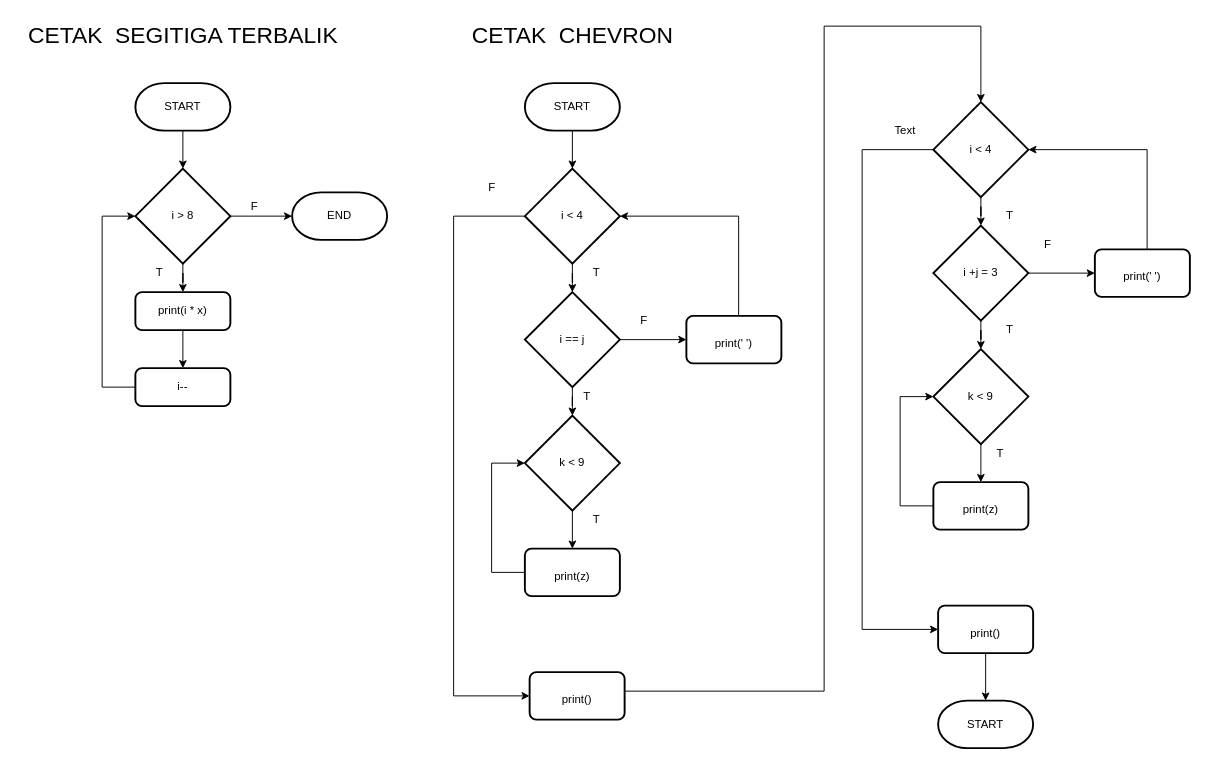
This is page "Page-4" (4 of 4) of 1.drawio from riezq25/uts-alpro-std, a draw.io file, before an edit. Source tidied: cells renumbered, new cells numbered last; positions are measured from the earlier drawing's top-left corner, leaving out a move shared by most shapes. Both pictures are drawn from the tidied source at 95%, with x=0, y=0 at pixel (16, 16).
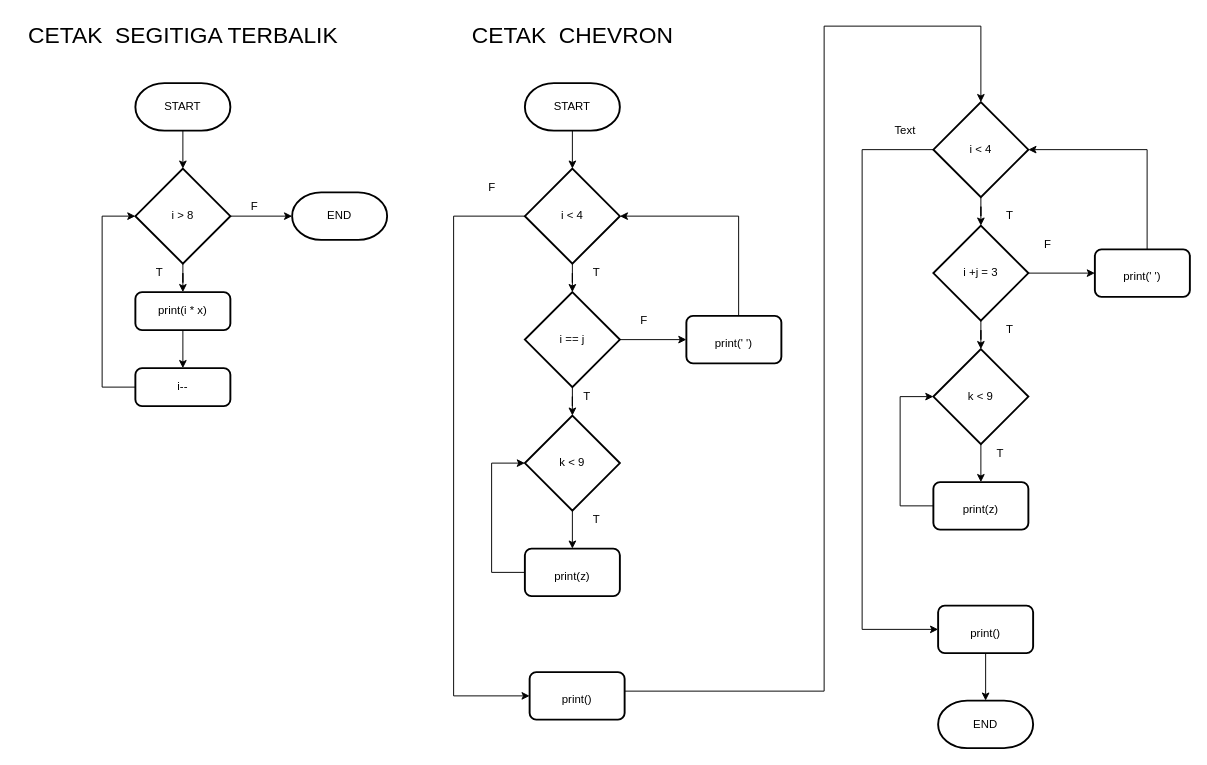
After the change.

Diff of the diagram source:
```diff
@@
-    <mxCell id="56" value="START" style="strokeWidth=2;html=1;shape=mxgraph.flowchart.terminator;whiteSpace=wrap;" parent="1" vertex="1">
+    <mxCell id="56" value="END" style="strokeWidth=2;html=1;shape=mxgraph.flowchart.terminator;whiteSpace=wrap;" parent="1" vertex="1">
       <mxGeometry x="970" y="720" width="100" height="50" as="geometry" />
     </mxCell>
```
